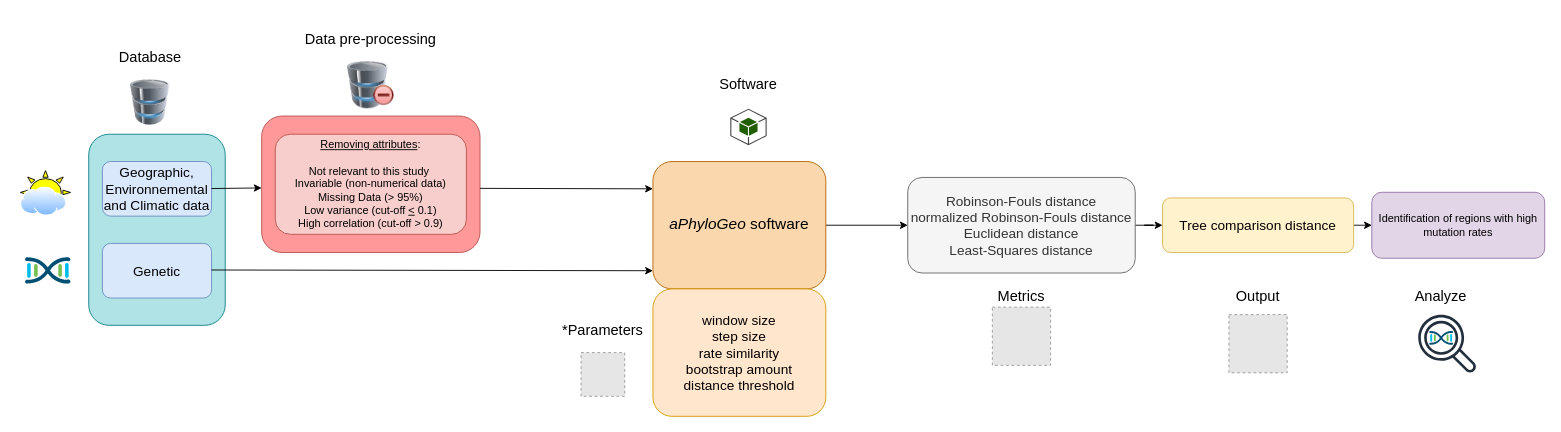
This is papers/Gagnon_Kebe_Tahiri/diagram.drawio from scipy-conference/scipy_proceedings, a draw.io file, before an edit. Source tidied: cells renumbered, new cells numbered last; positions are measured from the earlier drawing's top-left corner, leaving out a move shared by most shapes. Both pictures are drawn from the tidied source at 91%, with x=0, y=0 at pixel (20, 15). Pictures stored in the file or linked from it are replaced by grey dashed boxes.
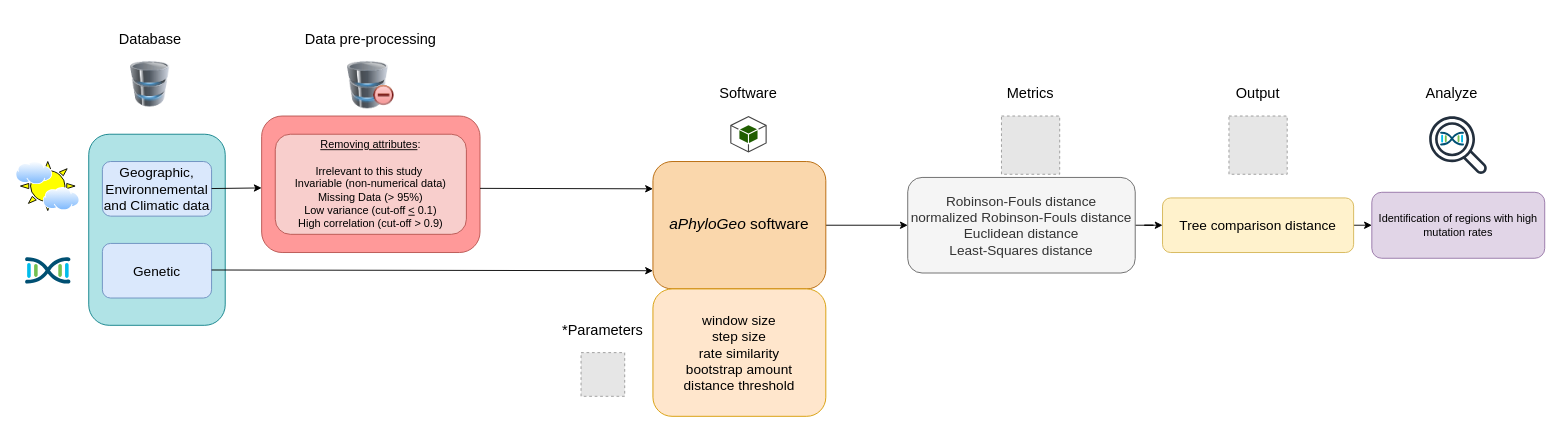
The same page after the edit.

Commit message:
Mettre à jour diagram.drawio

The edit, as a diff of the source:
```diff
@@
-    <mxCell id="6" value="&lt;div style=&quot;&quot;&gt;&lt;span style=&quot;background-color: initial;&quot;&gt;&lt;u&gt;Removing attributes&lt;/u&gt;:&lt;/span&gt;&lt;/div&gt;&lt;div style=&quot;&quot;&gt;&lt;span style=&quot;background-color: initial;&quot;&gt;&lt;br&gt;&lt;/span&gt;&lt;/div&gt;&lt;div&gt;&lt;span style=&quot;background-color: initial;&quot;&gt;Not relevant to this study&amp;nbsp;&lt;/span&gt;&lt;br&gt;&lt;span style=&quot;background-color: initial;&quot;&gt;Invariable (non-numerical data)&lt;/span&gt;&lt;br&gt;&lt;span style=&quot;background-color: initial;&quot;&gt;Missing Data (&amp;gt; 95%)&lt;/span&gt;&lt;br&gt;&lt;span style=&quot;background-color: initial;&quot;&gt;Low variance (cut-off &lt;/span&gt;&lt;u style=&quot;background-color: initial;&quot;&gt;&amp;lt;&lt;/u&gt;&lt;span style=&quot;background-color: initial;&quot;&gt; 0.1)&lt;/span&gt;&lt;br&gt;&lt;/div&gt;&lt;div&gt;&lt;span style=&quot;background-color: initial;&quot;&gt;High correlation (cut-off &amp;gt; 0.9)&lt;/span&gt;&lt;/div&gt;" style="rounded=1;whiteSpace=wrap;html=1;fillColor=#f8cecc;strokeColor=#b85450;align=center;" parent="1" vertex="1">
+    <mxCell id="6" value="&lt;div style=&quot;&quot;&gt;&lt;span style=&quot;background-color: initial;&quot;&gt;&lt;u&gt;Removing attributes&lt;/u&gt;:&lt;/span&gt;&lt;/div&gt;&lt;div style=&quot;&quot;&gt;&lt;span style=&quot;background-color: initial;&quot;&gt;&lt;br&gt;&lt;/span&gt;&lt;/div&gt;&lt;div&gt;&lt;span style=&quot;background-color: initial;&quot;&gt;Irrelevant to this study&amp;nbsp;&lt;/span&gt;&lt;br&gt;&lt;span style=&quot;background-color: initial;&quot;&gt;Invariable (non-numerical data)&lt;/span&gt;&lt;br&gt;&lt;span style=&quot;background-color: initial;&quot;&gt;Missing Data (&amp;gt; 95%)&lt;/span&gt;&lt;br&gt;&lt;span style=&quot;background-color: initial;&quot;&gt;Low variance (cut-off &lt;/span&gt;&lt;u style=&quot;background-color: initial;&quot;&gt;&amp;lt;&lt;/u&gt;&lt;span style=&quot;background-color: initial;&quot;&gt; 0.1)&lt;/span&gt;&lt;br&gt;&lt;/div&gt;&lt;div&gt;&lt;span style=&quot;background-color: initial;&quot;&gt;High correlation (cut-off &amp;gt; 0.9)&lt;/span&gt;&lt;/div&gt;" style="rounded=1;whiteSpace=wrap;html=1;fillColor=#f8cecc;strokeColor=#b85450;align=center;" parent="1" vertex="1">
       <mxGeometry x="280" y="130" width="210" height="110" as="geometry" />
     </mxCell>
@@
     <mxCell id="13" value="Database&amp;nbsp;" style="text;html=1;align=center;verticalAlign=middle;whiteSpace=wrap;rounded=0;fontSize=16;" parent="1" vertex="1">
-      <mxGeometry x="115" y="30" width="60" height="30" as="geometry" />
+      <mxGeometry x="115" y="10" width="60" height="30" as="geometry" />
     </mxCell>
@@
     <mxCell id="15" value="Output" style="text;html=1;align=center;verticalAlign=middle;whiteSpace=wrap;rounded=0;fontSize=16;" parent="1" vertex="1">
-      <mxGeometry x="1331.2" y="282.5" width="57.5" height="50" as="geometry" />
+      <mxGeometry x="1331.2" y="60" width="57.5" height="50" as="geometry" />
     </mxCell>
@@
     <mxCell id="18" style="image;html=1;image=img/lib/clip_art/computers/Database_128x128.png;" parent="1" vertex="1">
-      <mxGeometry x="115" y="70" width="55" height="50" as="geometry" />
+      <mxGeometry x="115" y="50" width="55" height="50" as="geometry" />
     </mxCell>
     <mxCell id="19" style="dashed=0;verticalLabelPosition=bottom;verticalAlign=top;align=center;html=1;shape=mxgraph.aws3.android;fillColor=#205E00;gradientColor=none;" parent="1" vertex="1">
-      <mxGeometry x="780" y="102" width="40" height="40" as="geometry" />
+      <mxGeometry x="780" y="110" width="40" height="40" as="geometry" />
     </mxCell>
@@
     <mxCell id="21" style="fillColor=#E6E6E6;strokeColor=#999999;dashed=1;html=1;verticalAlign=top;verticalLabelPosition=bottom;labelBackgroundColor=#ffffff;" parent="1" vertex="1">
-      <mxGeometry x="1328" y="328.2" width="64" height="64" as="geometry" />
+      <mxGeometry x="1328" y="110" width="64" height="64" as="geometry" />
     </mxCell>
@@
     <mxCell id="27" style="fillColor=#E6E6E6;strokeColor=#999999;dashed=1;html=1;verticalAlign=top;verticalLabelPosition=bottom;labelBackgroundColor=#ffffff;" parent="1" vertex="1">
-      <mxGeometry x="1068" y="320" width="64" height="64" as="geometry" />
+      <mxGeometry x="1078" y="110" width="64" height="64" as="geometry" />
     </mxCell>
@@
     <mxCell id="29" style="verticalLabelPosition=bottom;verticalAlign=top;html=1;shape=mxgraph.basic.sun;fillColor=#FFFF00;" parent="1" vertex="1">
-      <mxGeometry y="170" width="55" height="47.9" as="geometry" />
+      <mxGeometry y="160" width="60" height="53.9" as="geometry" />
     </mxCell>
     <mxCell id="30" style="image;perimeter=ellipsePerimeter;html=1;align=center;shadow=0;dashed=0;spacingTop=3;image=img/lib/active_directory/internet_cloud.svg;" parent="1" vertex="1">
-      <mxGeometry y="187.9" width="50.9" height="32" as="geometry" />
+      <mxGeometry x="-5" y="160" width="40.3" height="25.4" as="geometry" />
     </mxCell>
     <mxCell id="31" value="Software" style="text;html=1;align=center;verticalAlign=middle;whiteSpace=wrap;rounded=0;fontSize=16;" parent="1" vertex="1">
-      <mxGeometry x="725" y="50" width="150" height="50" as="geometry" />
+      <mxGeometry x="725" y="60" width="150" height="50" as="geometry" />
     </mxCell>
     <mxCell id="32" value="Metrics" style="text;html=1;align=center;verticalAlign=middle;whiteSpace=wrap;rounded=0;fontSize=16;" parent="1" vertex="1">
-      <mxGeometry x="1025" y="282.5" width="150" height="50" as="geometry" />
+      <mxGeometry x="1035" y="60" width="150" height="50" as="geometry" />
     </mxCell>
     <mxCell id="33" value="Analyze" style="text;html=1;align=center;verticalAlign=middle;whiteSpace=wrap;rounded=0;fontSize=16;" parent="1" vertex="1">
-      <mxGeometry x="1532.4" y="282.5" width="57.5" height="50" as="geometry" />
+      <mxGeometry x="1544.4" y="60" width="57.5" height="50" as="geometry" />
     </mxCell>
     <mxCell id="34" style="verticalLabelPosition=bottom;sketch=0;html=1;verticalAlign=top;align=center;shape=mxgraph.cisco19.cisco_dna;fillColor=#005073;strokeColor=none;" parent="1" vertex="1">
-      <mxGeometry x="1548" y="346.1" width="26.3" height="15.8" as="geometry" />
+      <mxGeometry x="1560" y="127.1" width="26.3" height="15.8" as="geometry" />
     </mxCell>
     <mxCell id="35" style="sketch=0;fontColor=#232F3E;gradientColor=none;fillColor=#232F3D;strokeColor=none;dashed=0;verticalLabelPosition=bottom;verticalAlign=top;align=center;html=1;fontSize=12;fontStyle=0;shape=mxgraph.aws4.magnifying_glass_2;" parent="1" vertex="1">
-      <mxGeometry x="1536" y="328.2" width="64" height="64" as="geometry" />
+      <mxGeometry x="1548" y="110" width="64" height="64" as="geometry" />
     </mxCell>
+    <mxCell id="36" style="image;perimeter=ellipsePerimeter;html=1;align=center;shadow=0;dashed=0;spacingTop=3;image=img/lib/active_directory/internet_cloud.svg;" parent="1" vertex="1">
+      <mxGeometry x="25" y="188.6" width="40.3" height="25.4" as="geometry" />
+    </mxCell>
```
